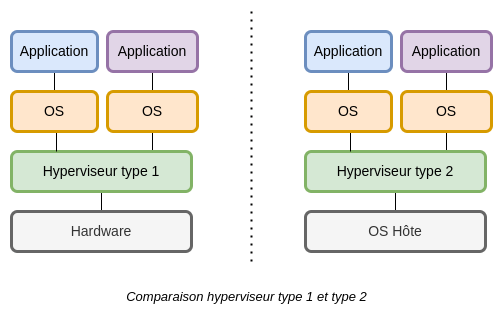
cegepmv/420-414 keeps this draw.io diagram as public/images/3-vm-conteneur/3-02-virtualisation.png. Above is the earlier version. Source tidied: cells renumbered, new cells last; positions are measured from the earlier drawing's top-left corner, leaving out a move shared by most shapes.
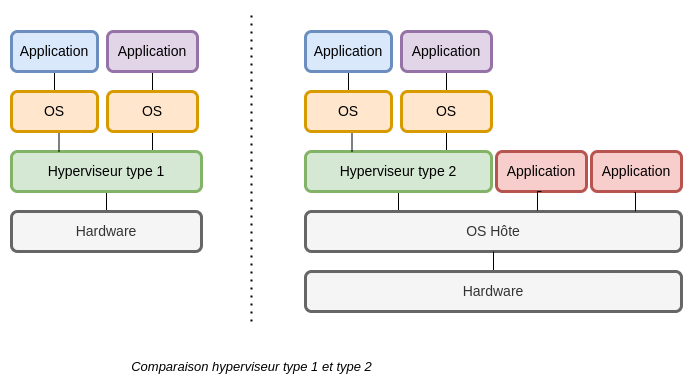
After the commit.

The edit, as a diff of the source:
```diff
@@ -4,7 +4,7 @@
     <mxCell id="1" parent="0" />
     <mxCell id="2" style="endArrow=none;dashed=1;html=1;dashPattern=1 3;strokeWidth=2;rounded=0;fontStyle=0;" parent="1" edge="1">
       <mxGeometry relative="1" as="geometry">
-        <mxPoint x="240" y="250" as="sourcePoint" />
+        <mxPoint x="240" y="310" as="sourcePoint" />
         <mxPoint x="240" as="targetPoint" />
       </mxGeometry>
     </mxCell>
@@ -17,7 +17,7 @@
       <mxGeometry relative="1" as="geometry" />
     </mxCell>
     <mxCell id="5" value="&lt;span&gt;&lt;font style=&quot;font-size: 14px;&quot;&gt;Hyperviseur type 2&lt;/font&gt;&lt;/span&gt;" style="rounded=1;whiteSpace=wrap;html=1;fillColor=#d5e8d4;strokeColor=#82b366;strokeWidth=3;fontStyle=0;" parent="1" vertex="1">
-      <mxGeometry x="294" y="140" width="180" height="40" as="geometry" />
+      <mxGeometry x="294" y="140" width="186" height="40" as="geometry" />
     </mxCell>
     <mxCell id="6" style="edgeStyle=orthogonalEdgeStyle;rounded=0;jettySize=auto;html=1;exitX=0.5;exitY=1;exitDx=0;exitDy=0;entryX=0.25;entryY=0;entryDx=0;entryDy=0;endArrow=none;startFill=0;fontStyle=0;" parent="1" edge="1" source="8" target="5">
       <mxGeometry relative="1" as="geometry" />
@@ -41,10 +41,10 @@
       <mxGeometry x="390" y="20" width="90" height="40" as="geometry" />
     </mxCell>
     <mxCell id="13" value="&lt;font style=&quot;font-size: 13px;&quot;&gt;&lt;i style=&quot;&quot;&gt;Comparaison hyperviseur type 1 et type 2&lt;/i&gt;&lt;/font&gt;" style="text;html=1;align=center;verticalAlign=middle;strokeColor=none;fillColor=none;fontStyle=0;" parent="1" vertex="1">
-      <mxGeometry x="105" y="270" width="260" height="30" as="geometry" />
+      <mxGeometry x="110" y="340" width="260" height="30" as="geometry" />
     </mxCell>
     <mxCell id="14" value="&lt;span&gt;&lt;font style=&quot;font-size: 14px;&quot;&gt;OS Hôte&lt;/font&gt;&lt;/span&gt;" style="rounded=1;whiteSpace=wrap;html=1;fillColor=#f5f5f5;strokeColor=#666666;strokeWidth=3;fontColor=#333333;fontStyle=0;" parent="1" vertex="1">
-      <mxGeometry x="294" y="200" width="180" height="40" as="geometry" />
+      <mxGeometry x="294" y="200" width="376" height="40" as="geometry" />
     </mxCell>
     <mxCell id="15" style="edgeStyle=orthogonalEdgeStyle;rounded=0;jettySize=auto;html=1;entryX=0.5;entryY=1;entryDx=0;entryDy=0;endArrow=none;startFill=0;fontStyle=0;" parent="1" edge="1" target="17">
       <mxGeometry relative="1" as="geometry">
@@ -55,7 +55,7 @@
       <mxGeometry relative="1" as="geometry" />
     </mxCell>
     <mxCell id="17" value="&lt;span&gt;&lt;font style=&quot;font-size: 14px;&quot;&gt;Hyperviseur type 1&lt;/font&gt;&lt;/span&gt;" style="rounded=1;whiteSpace=wrap;html=1;fillColor=#d5e8d4;strokeColor=#82b366;strokeWidth=3;fontStyle=0;" parent="1" vertex="1">
-      <mxGeometry y="140" width="180" height="40" as="geometry" />
+      <mxGeometry y="140" width="190" height="40" as="geometry" />
     </mxCell>
     <mxCell id="18" style="edgeStyle=orthogonalEdgeStyle;rounded=0;jettySize=auto;html=1;exitX=0.5;exitY=1;exitDx=0;exitDy=0;entryX=0.25;entryY=0;entryDx=0;entryDy=0;endArrow=none;startFill=0;fontStyle=0;" parent="1" edge="1" source="20" target="17">
       <mxGeometry relative="1" as="geometry" />
@@ -79,7 +79,28 @@
       <mxGeometry x="96" y="20" width="90" height="40" as="geometry" />
     </mxCell>
     <mxCell id="25" value="&lt;span&gt;&lt;font style=&quot;font-size: 14px;&quot;&gt;Hardware&lt;/font&gt;&lt;/span&gt;" style="rounded=1;whiteSpace=wrap;html=1;fillColor=#f5f5f5;strokeColor=#666666;strokeWidth=3;fontColor=#333333;fontStyle=0;" parent="1" vertex="1">
-      <mxGeometry y="200" width="180" height="40" as="geometry" />
+      <mxGeometry y="200" width="190" height="40" as="geometry" />
     </mxCell>
+    <mxCell id="26" style="edgeStyle=orthogonalEdgeStyle;rounded=0;jettySize=auto;html=1;exitX=0.5;exitY=0;exitDx=0;exitDy=0;entryX=0.5;entryY=1;entryDx=0;entryDy=0;endArrow=none;startFill=0;" parent="1" edge="1" source="27" target="14">
+      <mxGeometry relative="1" as="geometry" />
+    </mxCell>
+    <mxCell id="27" value="&lt;span&gt;&lt;font style=&quot;font-size: 14px;&quot;&gt;Hardware&lt;/font&gt;&lt;/span&gt;" style="rounded=1;whiteSpace=wrap;html=1;fillColor=#f5f5f5;strokeColor=#666666;strokeWidth=3;fontColor=#333333;fontStyle=0;" parent="1" vertex="1">
+      <mxGeometry x="294" y="260" width="376" height="40" as="geometry" />
+    </mxCell>
+    <mxCell id="28" value="&lt;span&gt;&lt;font style=&quot;font-size: 14px;&quot;&gt;Application&lt;/font&gt;&lt;/span&gt;" style="rounded=1;whiteSpace=wrap;html=1;fillColor=#f8cecc;strokeColor=#b85450;strokeWidth=3;fontStyle=0;" parent="1" vertex="1">
+      <mxGeometry x="485" y="140" width="90" height="40" as="geometry" />
+    </mxCell>
+    <mxCell id="29" value="&lt;span&gt;&lt;font style=&quot;font-size: 14px;&quot;&gt;Application&lt;/font&gt;&lt;/span&gt;" style="rounded=1;whiteSpace=wrap;html=1;fillColor=#f8cecc;strokeColor=#b85450;strokeWidth=3;fontStyle=0;" parent="1" vertex="1">
+      <mxGeometry x="580" y="140" width="90" height="40" as="geometry" />
+    </mxCell>
+    <mxCell id="30" style="edgeStyle=orthogonalEdgeStyle;rounded=0;jettySize=auto;html=1;exitX=0.5;exitY=1;exitDx=0;exitDy=0;entryX=0.617;entryY=-0.025;entryDx=0;entryDy=0;entryPerimeter=0;endArrow=none;startFill=0;" parent="1" edge="1" source="28" target="14">
+      <mxGeometry relative="1" as="geometry" />
+    </mxCell>
+    <mxCell id="31" style="edgeStyle=orthogonalEdgeStyle;rounded=0;orthogonalLoop=1;jettySize=auto;html=1;exitX=0.5;exitY=1;exitDx=0;exitDy=0;entryX=0.617;entryY=-0.025;entryDx=0;entryDy=0;entryPerimeter=0;endArrow=none;startFill=0;" parent="1" edge="1">
+      <mxGeometry relative="1" as="geometry">
+        <mxPoint x="623" y="181" as="sourcePoint" />
+        <mxPoint x="624" y="200" as="targetPoint" />
+      </mxGeometry>
+    </mxCell>
   </root>
 </mxGraphModel>
```
